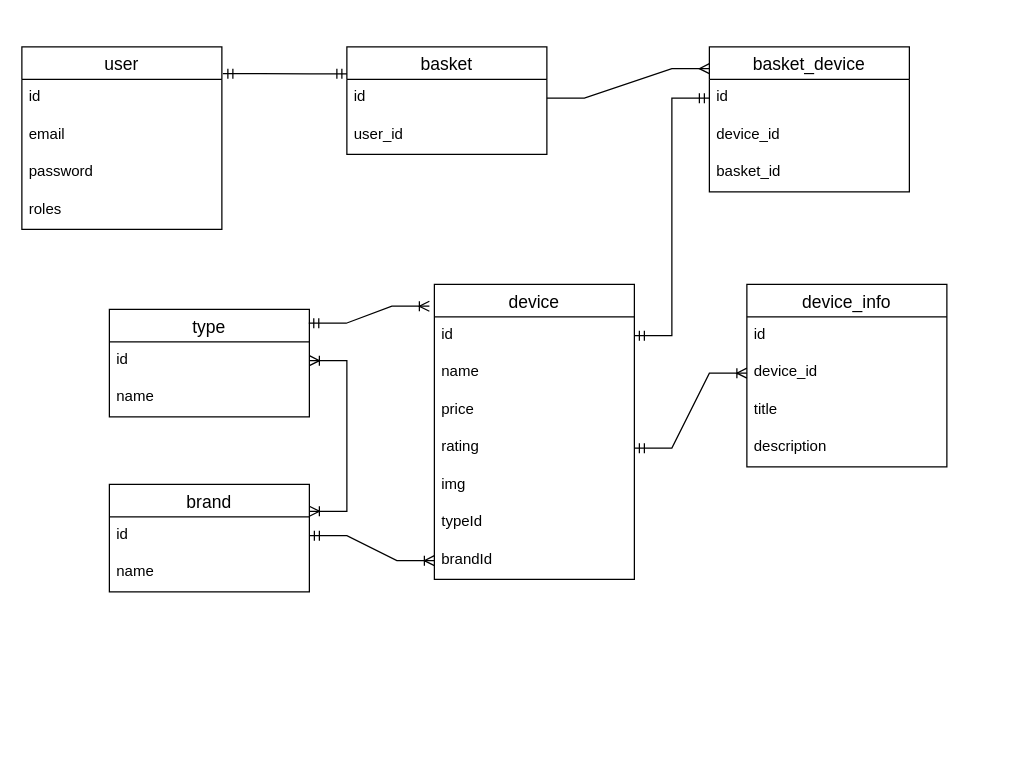
Before: Untitled Diagram.drawio in sasho33/online-store-react-express-project, a draw.io diagram. Source tidied: cells renumbered, new cells numbered last; positions are measured from the earlier drawing's top-left corner, leaving out a move shared by most shapes. Both pictures are drawn from the tidied source at 125%, with x=0, y=0 at pixel (21, 46).
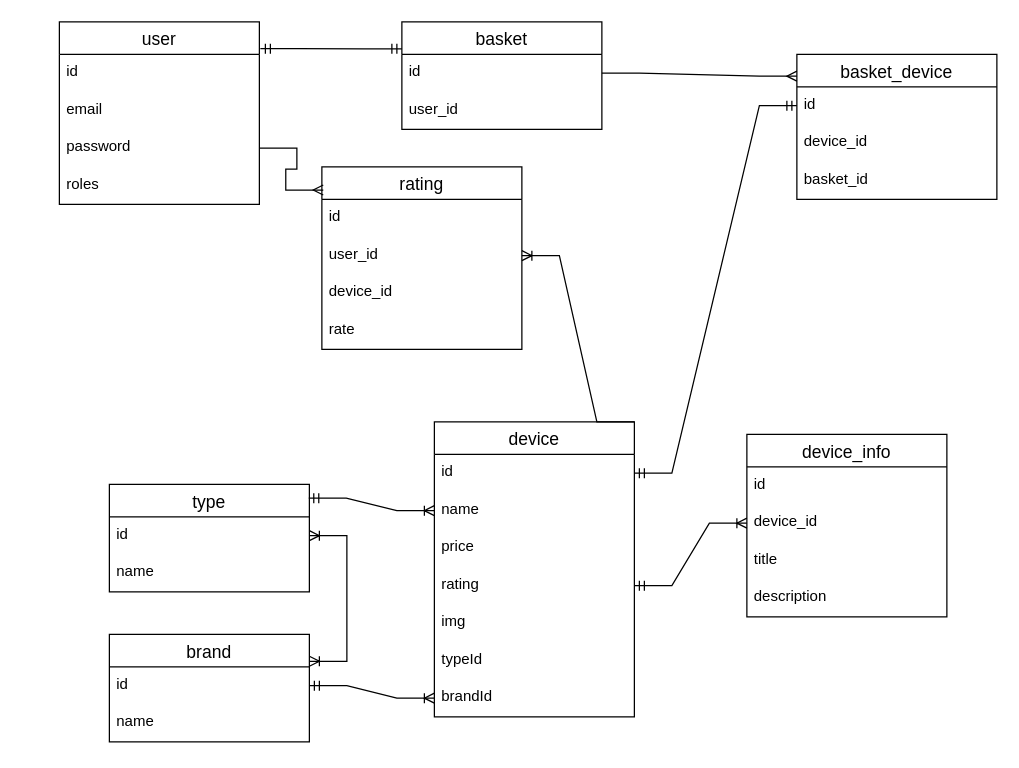
The same page after the edit.

Unchanged cells that the change refers to:
```xml
<mxCell id="5" value="password" style="text;strokeColor=none;fillColor=none;spacingLeft=4;spacingRight=4;overflow=hidden;points=[[0,0.5],[1,0.5]];portConstraint=eastwest;fontSize=12;whiteSpace=wrap;html=1;" parent="2" vertex="1">
  <mxGeometry y="86" width="160" height="30" as="geometry" />
</mxCell>
<mxCell id="13" value="name&lt;span style=&quot;white-space: pre;&quot;&gt;&#9;&lt;/span&gt;" style="text;strokeColor=none;fillColor=none;spacingLeft=4;spacingRight=4;overflow=hidden;points=[[0,0.5],[1,0.5]];portConstraint=eastwest;fontSize=12;whiteSpace=wrap;html=1;" parent="11" vertex="1">
  <mxGeometry y="56" width="160" height="30" as="geometry" />
</mxCell>
```

Diff of the diagram source:
```diff
@@
     <mxCell id="2" value="user" style="swimlane;fontStyle=0;horizontal=1;startSize=26;align=center;fontSize=14;" parent="1" vertex="1">
-      <mxGeometry width="160" height="146" as="geometry" />
+      <mxGeometry x="30" y="-20" width="160" height="146" as="geometry" />
     </mxCell>
@@
     <mxCell id="7" value="basket" style="swimlane;fontStyle=0;horizontal=1;startSize=26;align=center;fontSize=14;" parent="1" vertex="1">
-      <mxGeometry x="260" width="160" height="86" as="geometry" />
+      <mxGeometry x="304" y="-20" width="160" height="86" as="geometry" />
     </mxCell>
@@
     <mxCell id="11" value="device" style="swimlane;fontStyle=0;horizontal=1;startSize=26;align=center;fontSize=14;" parent="1" vertex="1">
-      <mxGeometry x="330" y="190" width="160" height="236" as="geometry" />
+      <mxGeometry x="330" y="300" width="160" height="236" as="geometry" />
     </mxCell>
@@
     <mxCell id="19" value="brand" style="swimlane;fontStyle=0;horizontal=1;startSize=26;align=center;fontSize=14;" parent="1" vertex="1">
-      <mxGeometry x="70" y="350" width="160" height="86" as="geometry" />
+      <mxGeometry x="70" y="470" width="160" height="86" as="geometry" />
     </mxCell>
@@
     <mxCell id="22" value="type" style="swimlane;fontStyle=0;horizontal=1;startSize=26;align=center;fontSize=14;" parent="1" vertex="1">
-      <mxGeometry x="70" y="210" width="160" height="86" as="geometry" />
+      <mxGeometry x="70" y="350" width="160" height="86" as="geometry" />
     </mxCell>
@@
-    <mxCell id="25" style="edgeStyle=entityRelationEdgeStyle;fontSize=12;html=1;endArrow=ERoneToMany;startArrow=ERmandOne;rounded=0;exitX=0.997;exitY=0.129;exitDx=0;exitDy=0;exitPerimeter=0;entryX=-0.025;entryY=0.074;entryDx=0;entryDy=0;entryPerimeter=0;" parent="1" edge="1" source="22" target="11">
+    <mxCell id="25" style="edgeStyle=entityRelationEdgeStyle;fontSize=12;html=1;endArrow=ERoneToMany;startArrow=ERmandOne;rounded=0;exitX=0.997;exitY=0.129;exitDx=0;exitDy=0;exitPerimeter=0;entryX=0;entryY=0.5;entryDx=0;entryDy=0;" parent="1" edge="1" source="22" target="13">
       <mxGeometry relative="1" as="geometry" />
     </mxCell>
@@
     <mxCell id="28" value="device_info" style="swimlane;fontStyle=0;horizontal=1;startSize=26;align=center;fontSize=14;" parent="1" vertex="1">
-      <mxGeometry x="580" y="190" width="160" height="146" as="geometry" />
+      <mxGeometry x="580" y="310" width="160" height="146" as="geometry" />
     </mxCell>
@@
     <mxCell id="34" value="basket_device" style="swimlane;fontStyle=0;horizontal=1;startSize=26;align=center;fontSize=14;" parent="1" vertex="1">
-      <mxGeometry x="550" width="160" height="116" as="geometry" />
+      <mxGeometry x="620" y="6" width="160" height="116" as="geometry" />
     </mxCell>
@@
+    <mxCell id="40" value="rating" style="swimlane;fontStyle=0;horizontal=1;startSize=26;align=center;fontSize=14;" parent="1" vertex="1">
+      <mxGeometry x="240" y="96" width="160" height="146" as="geometry" />
+    </mxCell>
+    <mxCell id="41" value="id" style="text;strokeColor=none;fillColor=none;spacingLeft=4;spacingRight=4;overflow=hidden;fontSize=12;whiteSpace=wrap;html=1;" parent="40" vertex="1">
+      <mxGeometry y="26" width="160" height="30" as="geometry" />
+    </mxCell>
+    <mxCell id="42" value="user_id" style="text;strokeColor=none;fillColor=none;spacingLeft=4;spacingRight=4;overflow=hidden;points=[[0,0.5],[1,0.5]];portConstraint=eastwest;fontSize=12;whiteSpace=wrap;html=1;" parent="40" vertex="1">
+      <mxGeometry y="56" width="160" height="30" as="geometry" />
+    </mxCell>
+    <mxCell id="43" value="device_id" style="text;strokeColor=none;fillColor=none;spacingLeft=4;spacingRight=4;overflow=hidden;fontSize=12;whiteSpace=wrap;html=1;" parent="40" vertex="1">
+      <mxGeometry y="86" width="160" height="30" as="geometry" />
+    </mxCell>
+    <mxCell id="44" value="rate" style="text;strokeColor=none;fillColor=none;spacingLeft=4;spacingRight=4;overflow=hidden;fontSize=12;whiteSpace=wrap;html=1;" parent="40" vertex="1">
+      <mxGeometry y="116" width="160" height="30" as="geometry" />
+    </mxCell>
+    <mxCell id="45" style="edgeStyle=entityRelationEdgeStyle;fontSize=12;html=1;endArrow=ERmany;rounded=0;exitX=1;exitY=0.5;exitDx=0;exitDy=0;entryX=0.007;entryY=0.127;entryDx=0;entryDy=0;entryPerimeter=0;" parent="1" edge="1" source="5" target="40">
+      <mxGeometry relative="1" as="geometry" />
+    </mxCell>
+    <mxCell id="46" style="edgeStyle=entityRelationEdgeStyle;fontSize=12;html=1;endArrow=ERoneToMany;rounded=0;entryX=1;entryY=0.5;entryDx=0;entryDy=0;exitX=1;exitY=0;exitDx=0;exitDy=0;" parent="1" edge="1" source="11" target="42">
+      <mxGeometry relative="1" as="geometry">
+        <Array as="points">
+          <mxPoint x="340" y="300" />
+          <mxPoint x="340" y="300" />
+          <mxPoint x="210" y="250" />
+        </Array>
+      </mxGeometry>
+    </mxCell>
```
